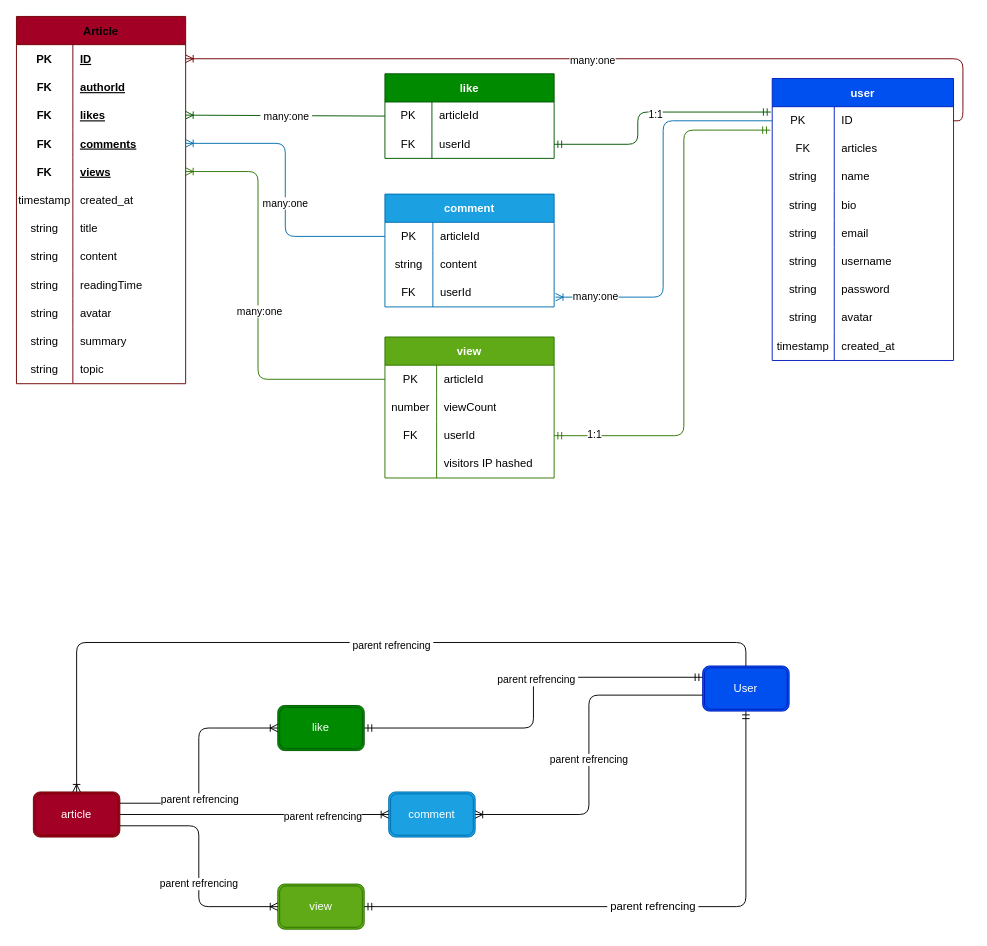
Earlier version of the draw.io diagram backend/doc/dbSchema.drawio (MhL5/Meta-Blog). Source tidied: cells renumbered, new cells numbered last; positions are measured from the earlier drawing's top-left corner, leaving out a move shared by most shapes. Both pictures are drawn from the tidied source at 94%, with x=0, y=0 at pixel (16, 16).
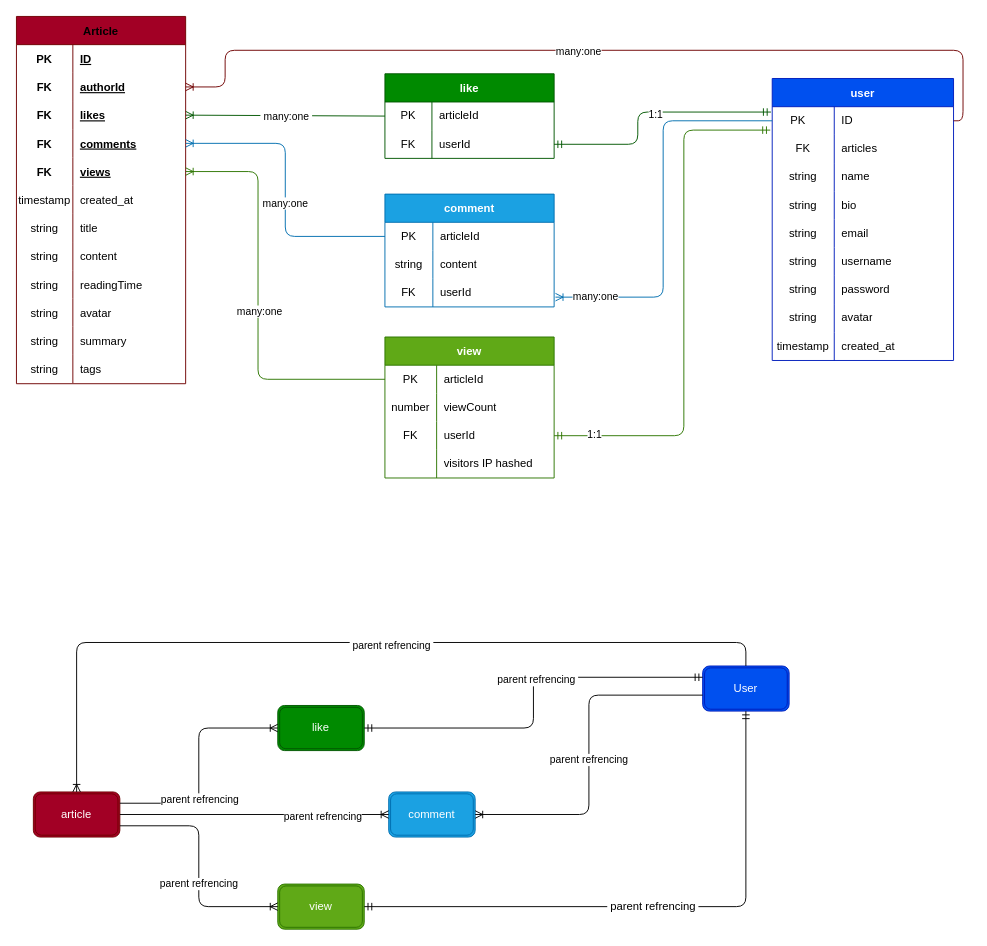
The same diagram, later.

Unchanged cells that the change refers to:
```xml
<mxCell id="3" style="shape=tableRow;horizontal=0;startSize=0;swimlaneHead=0;swimlaneBody=0;top=0;left=0;bottom=0;right=0;fillColor=none;points=[[0,0.5],[1,0.5]];portConstraint=eastwest;rounded=0;" parent="2" vertex="1">
  <mxGeometry y="30" width="192.9" height="30" as="geometry" />
</mxCell>
<mxCell id="61" style="shape=tableRow;horizontal=0;startSize=0;swimlaneHead=0;swimlaneBody=0;fillColor=none;points=[[0,0.5],[1,0.5]];portConstraint=eastwest;top=0;left=0;right=0;bottom=0;rounded=0;" parent="60" vertex="1">
  <mxGeometry y="30" width="180" height="30" as="geometry" />
</mxCell>
<mxCell id="64" style="shape=tableRow;horizontal=0;startSize=0;swimlaneHead=0;swimlaneBody=0;fillColor=none;points=[[0,0.5],[1,0.5]];portConstraint=eastwest;top=0;left=0;right=0;bottom=0;rounded=0;" parent="60" vertex="1">
  <mxGeometry y="60" width="180" height="30" as="geometry" />
</mxCell>
<mxCell id="94" style="shape=tableRow;horizontal=0;startSize=0;swimlaneHead=0;swimlaneBody=0;fillColor=none;top=0;left=0;right=0;bottom=0;rounded=0;" parent="60" vertex="1">
  <mxGeometry y="360" width="180" height="30" as="geometry" />
</mxCell>
```

Diff of the diagram source:
```diff
@@
-    <mxCell id="96" value="topic" style="shape=partialRectangle;fillColor=none;top=0;left=0;bottom=0;right=0;align=left;spacingLeft=6;overflow=hidden;rounded=0;" parent="94" vertex="1">
+    <mxCell id="96" value="tags" style="shape=partialRectangle;fillColor=none;top=0;left=0;bottom=0;right=0;align=left;spacingLeft=6;overflow=hidden;rounded=0;" parent="94" vertex="1">
       <mxGeometry x="60" width="120" height="30" as="geometry" />
     </mxCell>
@@
-    <mxCell id="105" style="edgeStyle=orthogonalEdgeStyle;fontSize=12;html=1;endArrow=ERoneToMany;fontColor=default;exitX=1;exitY=0.5;exitDx=0;exitDy=0;fillColor=#a20025;strokeColor=#6F0000;entryX=1;entryY=0.5;entryDx=0;entryDy=0;" parent="1" edge="1" source="3" target="61">
-      <mxGeometry relative="1" as="geometry" />
+    <mxCell id="105" style="edgeStyle=orthogonalEdgeStyle;fontSize=12;html=1;endArrow=ERoneToMany;fontColor=default;exitX=1;exitY=0.5;exitDx=0;exitDy=0;fillColor=#a20025;strokeColor=#6F0000;entryX=1;entryY=0.5;entryDx=0;entryDy=0;" parent="1" edge="1" source="3" target="64">
+      <mxGeometry relative="1" as="geometry">
+        <Array as="points">
+          <mxPoint x="1007" y="111" />
+          <mxPoint x="1007" y="36" />
+          <mxPoint x="222" y="36" />
+          <mxPoint x="222" y="75" />
+        </Array>
+      </mxGeometry>
     </mxCell>
```
